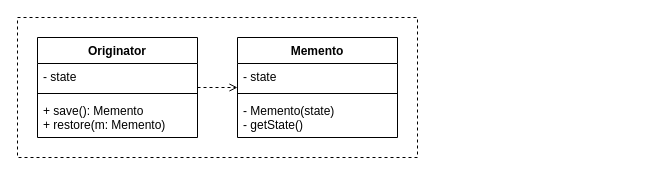
This is memento.drawio from pcandlej/drawio-design-pattern, a draw.io file, before an edit. Source tidied: cells renumbered, new cells numbered last; positions are measured from the earlier drawing's top-left corner, leaving out a move shared by most shapes. Both pictures are drawn from the tidied source at 100%, with x=0, y=0 at pixel (17, 17).
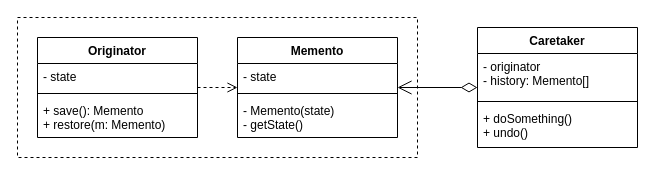
After the change.

Diff of the diagram source:
```diff
@@
 <mxGraphModel>
   <root>
     <mxCell id="0" />
     <mxCell id="1" parent="0" />
     <mxCell id="2" style="rounded=0;whiteSpace=wrap;html=1;fillColor=none;dashed=1;" parent="1" vertex="1">
       <mxGeometry width="400" height="140" as="geometry" />
     </mxCell>
-    <mxCell id="3" style="edgeStyle=orthogonalEdgeStyle;rounded=0;jettySize=auto;html=1;dashed=1;endArrow=open;endFill=0;" parent="1" edge="1" source="4" target="8">
-      <mxGeometry relative="1" as="geometry" />
-    </mxCell>
     <mxCell id="4" value="Originator" style="swimlane;fontStyle=1;align=center;verticalAlign=top;horizontal=1;startSize=26;whiteSpace=wrap;html=1;" parent="1" vertex="1">
       <mxGeometry x="20" y="20" width="160" height="100" as="geometry" />
     </mxCell>
     <mxCell id="5" value="- state" style="text;strokeColor=none;fillColor=none;align=left;verticalAlign=top;spacingLeft=4;spacingRight=4;overflow=hidden;whiteSpace=wrap;html=1;" parent="4" vertex="1">
       <mxGeometry y="26" width="160" height="26" as="geometry" />
     </mxCell>
     <mxCell id="6" style="line;strokeWidth=1;fillColor=none;align=left;verticalAlign=middle;spacingTop=-1;spacingLeft=3;spacingRight=3;labelPosition=right;strokeColor=inherit;" parent="4" vertex="1">
       <mxGeometry y="52" width="160" height="8" as="geometry" />
     </mxCell>
     <mxCell id="7" value="+ save(): Memento&lt;div&gt;+ restore(m: Memento)&lt;/div&gt;" style="text;strokeColor=none;fillColor=none;align=left;verticalAlign=top;spacingLeft=4;spacingRight=4;overflow=hidden;whiteSpace=wrap;html=1;" parent="4" vertex="1">
       <mxGeometry y="60" width="160" height="40" as="geometry" />
     </mxCell>
     <mxCell id="8" value="Memento" style="swimlane;fontStyle=1;align=center;verticalAlign=top;horizontal=1;startSize=26;whiteSpace=wrap;html=1;" parent="1" vertex="1">
       <mxGeometry x="220" y="20" width="160" height="100" as="geometry" />
     </mxCell>
     <mxCell id="9" value="- state" style="text;strokeColor=none;fillColor=none;align=left;verticalAlign=top;spacingLeft=4;spacingRight=4;overflow=hidden;whiteSpace=wrap;html=1;" parent="8" vertex="1">
       <mxGeometry y="26" width="160" height="26" as="geometry" />
     </mxCell>
     <mxCell id="10" style="line;strokeWidth=1;fillColor=none;align=left;verticalAlign=middle;spacingTop=-1;spacingLeft=3;spacingRight=3;labelPosition=right;strokeColor=inherit;" parent="8" vertex="1">
       <mxGeometry y="52" width="160" height="8" as="geometry" />
     </mxCell>
     <mxCell id="11" value="- Memento(state)&lt;div&gt;- getState()&lt;/div&gt;" style="text;strokeColor=none;fillColor=none;align=left;verticalAlign=top;spacingLeft=4;spacingRight=4;overflow=hidden;whiteSpace=wrap;html=1;" parent="8" vertex="1">
       <mxGeometry y="60" width="160" height="40" as="geometry" />
     </mxCell>
+    <mxCell id="12" value="Caretaker" style="swimlane;fontStyle=1;align=center;verticalAlign=top;horizontal=1;startSize=26;whiteSpace=wrap;html=1;" parent="1" vertex="1">
+      <mxGeometry x="460" y="10" width="160" height="120" as="geometry" />
+    </mxCell>
+    <mxCell id="13" value="- originator&lt;div&gt;- history: Memento[]&lt;/div&gt;" style="text;strokeColor=none;fillColor=none;align=left;verticalAlign=top;spacingLeft=4;spacingRight=4;overflow=hidden;whiteSpace=wrap;html=1;" parent="12" vertex="1">
+      <mxGeometry y="26" width="160" height="44" as="geometry" />
+    </mxCell>
+    <mxCell id="14" style="line;strokeWidth=1;fillColor=none;align=left;verticalAlign=middle;spacingTop=-1;spacingLeft=3;spacingRight=3;labelPosition=right;strokeColor=inherit;" parent="12" vertex="1">
+      <mxGeometry y="70" width="160" height="8" as="geometry" />
+    </mxCell>
+    <mxCell id="15" value="+ doSomething()&lt;div&gt;+ undo()&lt;/div&gt;" style="text;strokeColor=none;fillColor=none;align=left;verticalAlign=top;spacingLeft=4;spacingRight=4;overflow=hidden;whiteSpace=wrap;html=1;" parent="12" vertex="1">
+      <mxGeometry y="78" width="160" height="42" as="geometry" />
+    </mxCell>
+    <mxCell id="16" style="endArrow=open;html=1;endSize=12;startArrow=diamondThin;startSize=14;startFill=0;edgeStyle=orthogonalEdgeStyle;rounded=0;" parent="1" edge="1" source="12" target="8">
+      <mxGeometry relative="1" as="geometry" />
+    </mxCell>
+    <mxCell id="3" style="html=1;verticalAlign=bottom;endArrow=open;dashed=1;endSize=8;curved=0;rounded=0;" parent="1" edge="1" source="4" target="8">
+      <mxGeometry relative="1" as="geometry" />
+    </mxCell>
   </root>
 </mxGraphModel>
```
